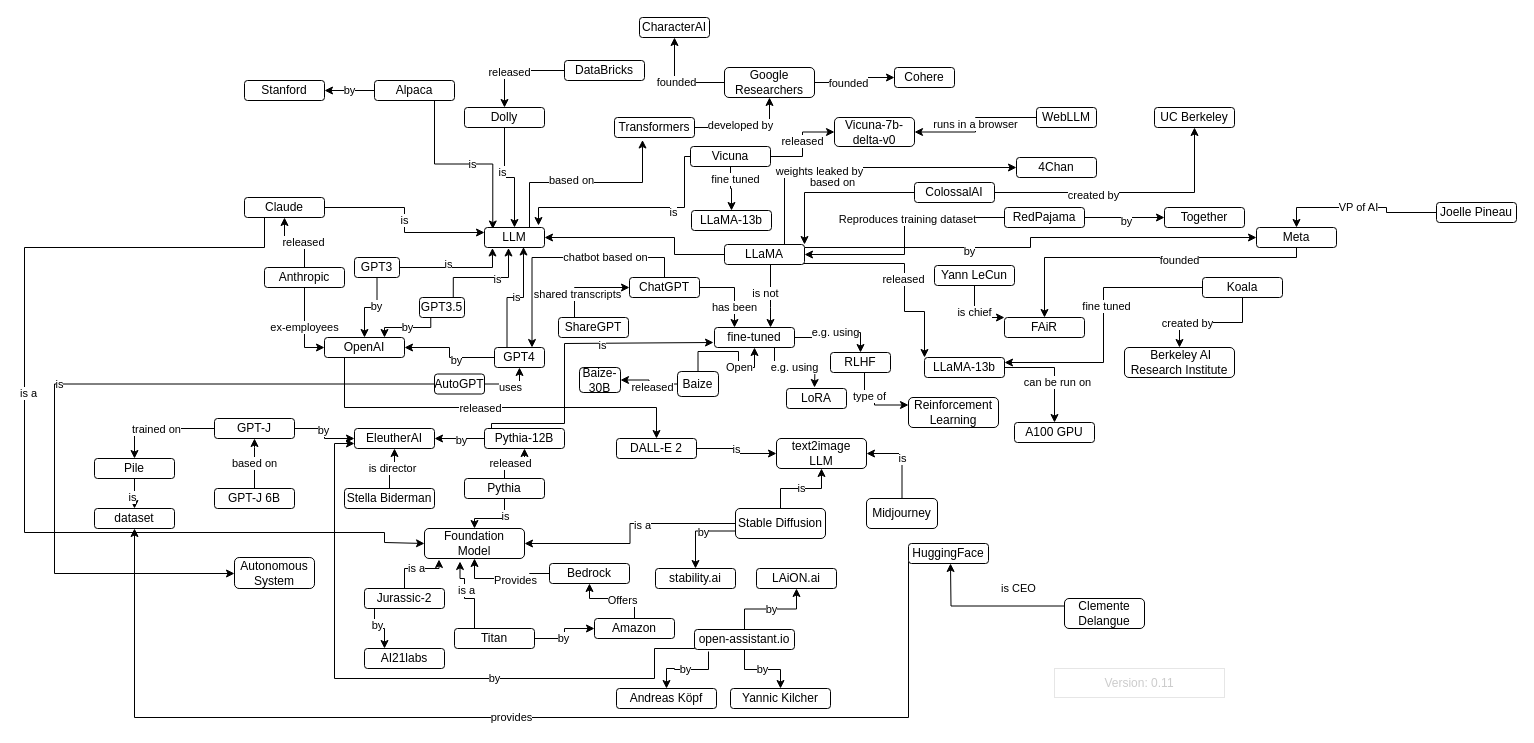
Earlier version of the draw.io diagram generativeAI.drawio (juananpe/generativeAI). Source tidied: cells renumbered, new cells numbered last; positions are measured from the earlier drawing's top-left corner, leaving out a move shared by most shapes. Both pictures are drawn from the tidied source at 100%, with x=0, y=0 at pixel (24, 17).
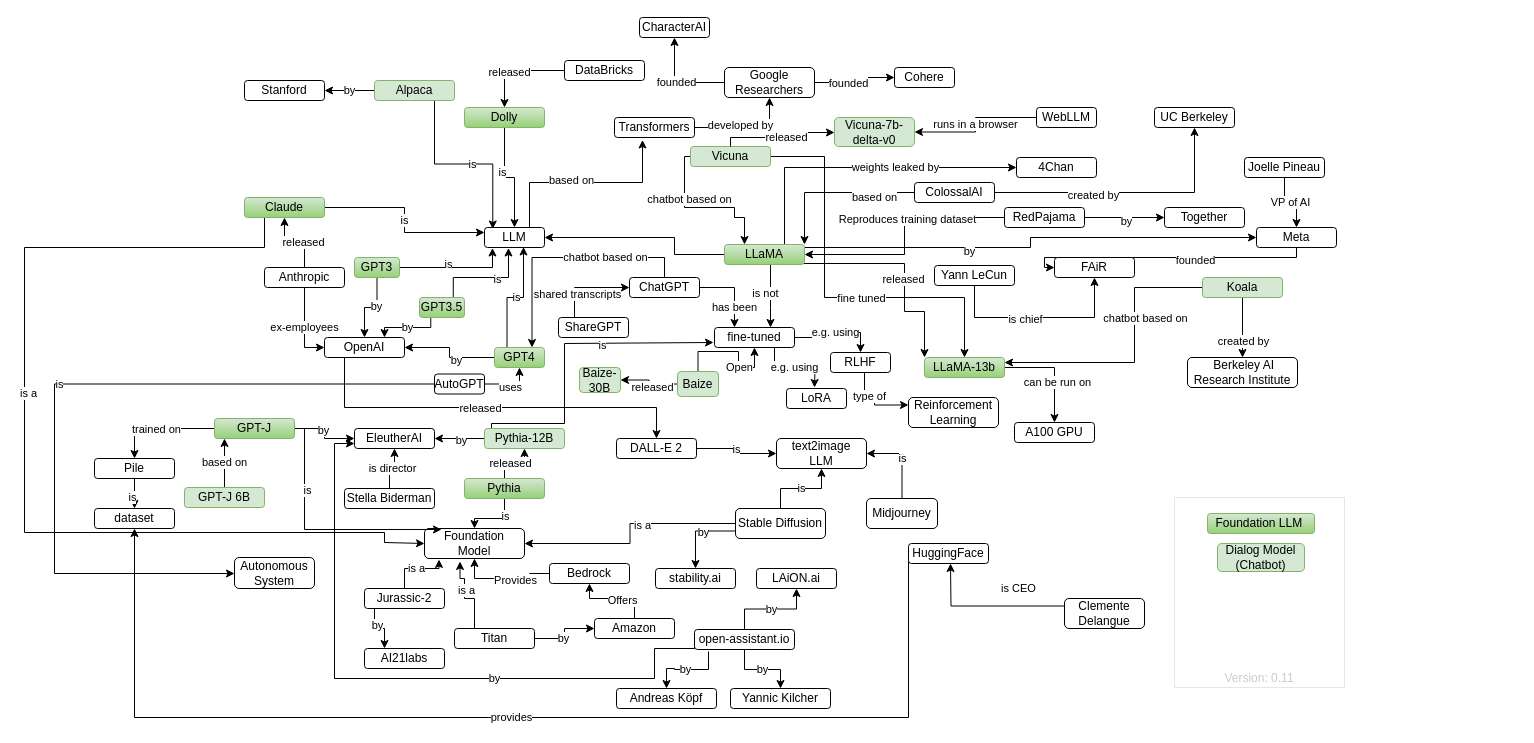
After the change.

Commit message:
Add colors, legend, links (initial support)

Unchanged cells that the change refers to:
```xml
<mxCell id="9" value="LLM" style="rounded=1;whiteSpace=wrap;html=1;" parent="1" vertex="1">
  <mxGeometry x="460" y="210" width="60" height="20" as="geometry" />
</mxCell>
<mxCell id="37" value="ColossalAI" style="rounded=1;whiteSpace=wrap;html=1;" parent="1" vertex="1">
  <mxGeometry x="890" y="165" width="80" height="20" as="geometry" />
</mxCell>
<mxCell id="47" style="edgeStyle=orthogonalEdgeStyle;rounded=0;jettySize=auto;html=1;exitX=0.75;exitY=0;exitDx=0;exitDy=0;entryX=0;entryY=0.5;entryDx=0;entryDy=0;" parent="1" edge="1" source="50" target="77">
  <mxGeometry relative="1" as="geometry" />
</mxCell>
<mxCell id="128" value="Foundation&lt;br&gt;Model" style="rounded=1;whiteSpace=wrap;html=1;" parent="1" vertex="1">
  <mxGeometry x="400" y="511" width="100" height="30" as="geometry" />
</mxCell>
```

The edit, as a diff of the source:
```diff
@@
-    <mxCell id="6" value="GPT3" style="rounded=1;whiteSpace=wrap;html=1;" parent="1" vertex="1">
+    <mxCell id="6" value="GPT3" style="rounded=1;whiteSpace=wrap;html=1;fillColor=#d5e8d4;strokeColor=#82b366;gradientColor=#97d077;" parent="1" vertex="1">
       <mxGeometry x="330" y="240" width="45" height="20" as="geometry" />
     </mxCell>
@@
-    <mxCell id="12" value="Dolly" style="rounded=1;whiteSpace=wrap;html=1;" parent="1" vertex="1">
+    <mxCell id="12" value="Dolly" style="rounded=1;whiteSpace=wrap;html=1;fillColor=#d5e8d4;gradientColor=#97d077;strokeColor=#82b366;" parent="1" vertex="1">
       <mxGeometry x="440" y="90" width="80" height="20" as="geometry" />
     </mxCell>
@@
     <mxCell id="28" value="&amp;nbsp;Berkeley AI Research Institute" style="rounded=1;whiteSpace=wrap;html=1;" parent="1" vertex="1">
-      <mxGeometry x="1100" y="330" width="110" height="30" as="geometry" />
+      <mxGeometry x="1163" y="340" width="110" height="30" as="geometry" />
     </mxCell>
     <mxCell id="29" style="edgeStyle=orthogonalEdgeStyle;rounded=0;jettySize=auto;html=1;entryX=1;entryY=0.25;entryDx=0;entryDy=0;" parent="1" edge="1" source="31" target="70">
-      <mxGeometry relative="1" as="geometry" />
+      <mxGeometry relative="1" as="geometry">
+        <Array as="points">
+          <mxPoint x="1110" y="270" />
+          <mxPoint x="1110" y="345" />
+        </Array>
+      </mxGeometry>
     </mxCell>
-    <mxCell id="30" value="fine tuned" style="edgeLabel;html=1;align=center;verticalAlign=middle;" parent="29" vertex="1">
-      <mxGeometry x="-0.14" y="2" relative="1" as="geometry" />
+    <mxCell id="30" value="chatbot based on" style="edgeLabel;html=1;align=center;verticalAlign=middle;" parent="29" vertex="1">
+      <mxGeometry x="-0.14" y="2" relative="1" as="geometry">
+        <mxPoint x="8" y="-19" as="offset" />
+      </mxGeometry>
     </mxCell>
-    <mxCell id="31" value="Koala" style="rounded=1;whiteSpace=wrap;html=1;" parent="1" vertex="1">
+    <mxCell id="31" value="Koala" style="rounded=1;whiteSpace=wrap;html=1;fillColor=#d5e8d4;strokeColor=#82b366;" parent="1" vertex="1">
       <mxGeometry x="1178" y="260" width="80" height="20" as="geometry" />
     </mxCell>
@@
-    <mxCell id="35" value="GPT4" style="rounded=1;whiteSpace=wrap;html=1;" parent="1" vertex="1">
+    <mxCell id="35" value="GPT4" style="rounded=1;whiteSpace=wrap;html=1;fillColor=#d5e8d4;strokeColor=#82b366;gradientColor=#97d077;" parent="1" vertex="1">
       <mxGeometry x="470" y="330" width="50" height="20" as="geometry" />
     </mxCell>
     <mxCell id="36" value="based on" style="edgeStyle=orthogonalEdgeStyle;rounded=0;jettySize=auto;html=1;entryX=1;entryY=0;entryDx=0;entryDy=0;" parent="1" edge="1" source="37" target="50">
-      <mxGeometry x="0.01" y="-10" relative="1" as="geometry" />
+      <mxGeometry x="-0.51" y="5" relative="1" as="geometry" />
     </mxCell>
@@
     <mxCell id="48" value="weights leaked by" style="edgeLabel;html=1;align=center;verticalAlign=middle;" parent="47" vertex="1">
-      <mxGeometry x="-0.28" y="-3" relative="1" as="geometry" />
+      <mxGeometry x="-0.28" y="-3" relative="1" as="geometry">
+        <mxPoint x="76" y="-4" as="offset" />
+      </mxGeometry>
     </mxCell>
@@
-    <mxCell id="50" value="LLaMA" style="rounded=1;whiteSpace=wrap;html=1;" parent="1" vertex="1">
+    <mxCell id="50" value="LLaMA" style="rounded=1;whiteSpace=wrap;html=1;fillColor=#d5e8d4;strokeColor=#82b366;gradientColor=#97d077;" parent="1" vertex="1">
       <mxGeometry x="700" y="227" width="80" height="20" as="geometry" />
     </mxCell>
@@
     <mxCell id="55" value="Joelle Pineau" style="rounded=1;whiteSpace=wrap;html=1;" parent="1" vertex="1">
-      <mxGeometry x="1412" y="185" width="80" height="20" as="geometry" />
+      <mxGeometry x="1220" y="140" width="80" height="20" as="geometry" />
     </mxCell>
-    <mxCell id="56" style="edgeStyle=orthogonalEdgeStyle;rounded=0;jettySize=auto;html=1;entryX=0.9;entryY=-0.1;entryDx=0;entryDy=0;entryPerimeter=0;" parent="1" edge="1" source="60" target="9">
+    <mxCell id="56" style="edgeStyle=orthogonalEdgeStyle;rounded=0;jettySize=auto;html=1;entryX=0.25;entryY=0;entryDx=0;entryDy=0;" parent="1" edge="1" source="60" target="50">
       <mxGeometry relative="1" as="geometry">
         <Array as="points">
           <mxPoint x="660" y="139" />
           <mxPoint x="660" y="190" />
-          <mxPoint x="514" y="190" />
+          <mxPoint x="710" y="190" />
+          <mxPoint x="710" y="200" />
+          <mxPoint x="720" y="200" />
         </Array>
       </mxGeometry>
     </mxCell>
-    <mxCell id="57" value="is" style="edgeLabel;html=1;align=center;verticalAlign=middle;" parent="56" vertex="1">
+    <mxCell id="57" value="chatbot based on" style="edgeLabel;html=1;align=center;verticalAlign=middle;" parent="56" vertex="1">
       <mxGeometry x="-0.38" y="4" relative="1" as="geometry" />
     </mxCell>
-    <mxCell id="58" style="edgeStyle=orthogonalEdgeStyle;rounded=0;jettySize=auto;html=1;" parent="1" edge="1" source="60" target="141">
-      <mxGeometry relative="1" as="geometry" />
+    <mxCell id="58" style="edgeStyle=orthogonalEdgeStyle;rounded=0;jettySize=auto;html=1;entryX=0.5;entryY=0;entryDx=0;entryDy=0;" parent="1" edge="1" source="60" target="70">
+      <mxGeometry relative="1" as="geometry">
+        <Array as="points">
+          <mxPoint x="800" y="139" />
+          <mxPoint x="800" y="280" />
+          <mxPoint x="940" y="280" />
+        </Array>
+      </mxGeometry>
     </mxCell>
     <mxCell id="59" value="fine tuned" style="edgeLabel;html=1;align=center;verticalAlign=middle;" parent="58" vertex="1">
-      <mxGeometry x="-0.47" y="4" relative="1" as="geometry" />
+      <mxGeometry x="-0.47" y="4" relative="1" as="geometry">
+        <mxPoint x="32" y="90" as="offset" />
+      </mxGeometry>
     </mxCell>
-    <mxCell id="60" value="Vicuna" style="rounded=1;whiteSpace=wrap;html=1;" parent="1" vertex="1">
+    <mxCell id="60" value="Vicuna" style="rounded=1;whiteSpace=wrap;html=1;fillColor=#d5e8d4;strokeColor=#82b366;" parent="1" vertex="1">
       <mxGeometry x="666" y="129" width="80" height="20" as="geometry" />
     </mxCell>
@@
     <mxCell id="66" value="FAiR" style="rounded=1;whiteSpace=wrap;html=1;" parent="1" vertex="1">
-      <mxGeometry x="980" y="300" width="80" height="20" as="geometry" />
+      <mxGeometry x="1030" y="240" width="80" height="20" as="geometry" />
     </mxCell>
@@
-    <mxCell id="70" value="LLaMA-13b" style="rounded=1;whiteSpace=wrap;html=1;" parent="1" vertex="1">
+    <mxCell id="70" value="LLaMA-13b" style="rounded=1;whiteSpace=wrap;html=1;fillColor=#d5e8d4;strokeColor=#82b366;gradientColor=#97d077;" parent="1" vertex="1">
       <mxGeometry x="900" y="340" width="80" height="20" as="geometry" />
     </mxCell>
@@
-    <mxCell id="81" value="Alpaca" style="rounded=1;whiteSpace=wrap;html=1;" parent="1" vertex="1">
+    <mxCell id="81" value="Alpaca" style="rounded=1;whiteSpace=wrap;html=1;fillColor=#d5e8d4;strokeColor=#82b366;" parent="1" vertex="1">
       <mxGeometry x="350" y="63" width="80" height="20" as="geometry" />
     </mxCell>
@@
-    <mxCell id="105" value="Claude" style="rounded=1;whiteSpace=wrap;html=1;" parent="1" vertex="1">
+    <mxCell id="105" value="Claude" style="rounded=1;whiteSpace=wrap;html=1;fillColor=#d5e8d4;strokeColor=#82b366;gradientColor=#97d077;" parent="1" vertex="1">
       <mxGeometry x="220" y="180" width="80" height="20" as="geometry" />
     </mxCell>
@@
-    <mxCell id="111" value="GPT3.5" style="rounded=1;whiteSpace=wrap;html=1;" parent="1" vertex="1">
+    <mxCell id="111" value="GPT3.5" style="rounded=1;whiteSpace=wrap;html=1;fillColor=#d5e8d4;strokeColor=#82b366;gradientColor=#97d077;" parent="1" vertex="1">
       <mxGeometry x="395" y="280" width="45" height="20" as="geometry" />
     </mxCell>
@@
-    <mxCell id="141" value="LLaMA-13b" style="rounded=1;whiteSpace=wrap;html=1;" parent="1" vertex="1">
-      <mxGeometry x="667" y="193" width="80" height="20" as="geometry" />
-    </mxCell>
@@
     <mxCell id="144" style="edgeStyle=orthogonalEdgeStyle;rounded=0;jettySize=auto;html=1;" parent="1" edge="1" source="60" target="146">
-      <mxGeometry relative="1" as="geometry" />
+      <mxGeometry relative="1" as="geometry">
+        <Array as="points">
+          <mxPoint x="706" y="120" />
+          <mxPoint x="778" y="120" />
+          <mxPoint x="778" y="115" />
+        </Array>
+      </mxGeometry>
     </mxCell>
@@
-    <mxCell id="146" value="Vicuna-7b-delta-v0" style="rounded=1;whiteSpace=wrap;html=1;" parent="1" vertex="1">
+    <mxCell id="146" value="Vicuna-7b-delta-v0" style="rounded=1;whiteSpace=wrap;html=1;fillColor=#d5e8d4;strokeColor=#82b366;" parent="1" vertex="1">
       <mxGeometry x="810" y="100" width="80" height="29" as="geometry" />
     </mxCell>
@@
-    <mxCell id="158" value="Pythia-12B" style="rounded=1;whiteSpace=wrap;html=1;" parent="1" vertex="1">
+    <mxCell id="158" value="Pythia-12B" style="rounded=1;whiteSpace=wrap;html=1;fillColor=#d5e8d4;strokeColor=#82b366;" parent="1" vertex="1">
       <mxGeometry x="460" y="411" width="80" height="20" as="geometry" />
     </mxCell>
@@
-    <mxCell id="162" value="Baize" style="rounded=1;whiteSpace=wrap;html=1;" parent="1" vertex="1">
+    <mxCell id="162" value="Baize" style="rounded=1;whiteSpace=wrap;html=1;fillColor=#d5e8d4;strokeColor=#82b366;" parent="1" vertex="1">
       <mxGeometry x="653" y="354" width="41" height="25" as="geometry" />
     </mxCell>
@@
-    <mxCell id="164" value="Baize-30B" style="rounded=1;whiteSpace=wrap;html=1;" parent="1" vertex="1">
+    <mxCell id="164" value="Baize-30B" style="rounded=1;whiteSpace=wrap;html=1;fillColor=#d5e8d4;strokeColor=#82b366;" parent="1" vertex="1">
       <mxGeometry x="555" y="350" width="41" height="25" as="geometry" />
     </mxCell>
@@
-    <mxCell id="169" value="Pythia" style="rounded=1;whiteSpace=wrap;html=1;" parent="1" vertex="1">
+    <mxCell id="169" value="Pythia" style="rounded=1;whiteSpace=wrap;html=1;fillColor=#d5e8d4;gradientColor=#97d077;strokeColor=#82b366;" parent="1" vertex="1">
       <mxGeometry x="440" y="461" width="80" height="20" as="geometry" />
     </mxCell>
@@
     <object id="174" label="&lt;font color=&quot;#cccccc&quot;&gt;Version: %cmversion%&lt;/font&gt;" cmversion="0.11" placeholders="1">
-      <mxCell style="rounded=0;whiteSpace=wrap;html=1;strokeColor=#E6E6E6;" parent="1" vertex="1">
-        <mxGeometry x="1030" y="651" width="170" height="29" as="geometry" />
+      <mxCell style="rounded=0;whiteSpace=wrap;html=1;strokeColor=#E6E6E6;verticalAlign=bottom;" parent="1" vertex="1">
+        <mxGeometry x="1150" y="480" width="170" height="190" as="geometry" />
       </mxCell>
     </object>
@@
+    <mxCell id="192" style="edgeStyle=orthogonalEdgeStyle;rounded=0;jettySize=auto;html=1;entryX=0.17;entryY=0.033;entryDx=0;entryDy=0;entryPerimeter=0;" parent="1" edge="1" source="185" target="128">
+      <mxGeometry relative="1" as="geometry">
+        <Array as="points">
+          <mxPoint x="280" y="411" />
+          <mxPoint x="280" y="512" />
+        </Array>
+      </mxGeometry>
+    </mxCell>
+    <mxCell id="193" value="is" style="edgeLabel;html=1;align=center;verticalAlign=middle;" parent="192" vertex="1">
+      <mxGeometry x="-0.43" y="2" relative="1" as="geometry" />
+    </mxCell>
-    <mxCell id="185" value="GPT-J" style="rounded=1;whiteSpace=wrap;html=1;" parent="1" vertex="1">
+    <mxCell id="185" value="GPT-J" style="rounded=1;whiteSpace=wrap;html=1;fillColor=#d5e8d4;gradientColor=#97d077;strokeColor=#82b366;" parent="1" vertex="1">
       <mxGeometry x="190" y="401" width="80" height="20" as="geometry" />
     </mxCell>
     <mxCell id="186" value="based on" style="edgeStyle=orthogonalEdgeStyle;rounded=0;jettySize=auto;html=1;" parent="1" edge="1" source="187" target="185">
       <mxGeometry relative="1" as="geometry">
         <Array as="points">
-          <mxPoint x="230" y="430" />
-          <mxPoint x="230" y="430" />
+          <mxPoint x="200" y="440" />
+          <mxPoint x="200" y="440" />
         </Array>
       </mxGeometry>
     </mxCell>
-    <mxCell id="187" value="GPT-J 6B" style="rounded=1;whiteSpace=wrap;html=1;" parent="1" vertex="1">
-      <mxGeometry x="190" y="471" width="80" height="20" as="geometry" />
+    <mxCell id="187" value="GPT-J 6B" style="rounded=1;whiteSpace=wrap;html=1;fillColor=#d5e8d4;strokeColor=#82b366;" parent="1" vertex="1">
+      <mxGeometry x="160" y="470" width="80" height="20" as="geometry" />
     </mxCell>
@@
+    <mxCell id="194" value="Foundation LLM&amp;nbsp;" style="rounded=1;whiteSpace=wrap;html=1;fillColor=#d5e8d4;strokeColor=#82b366;gradientColor=#97d077;" parent="1" vertex="1">
+      <mxGeometry x="1183" y="496" width="107" height="20" as="geometry" />
+    </mxCell>
+    <mxCell id="195" value="Dialog Model&lt;br&gt;(Chatbot)" style="rounded=1;whiteSpace=wrap;html=1;fillColor=#d5e8d4;strokeColor=#82b366;" parent="1" vertex="1">
+      <mxGeometry x="1193" y="526" width="87" height="28" as="geometry" />
+    </mxCell>
```
